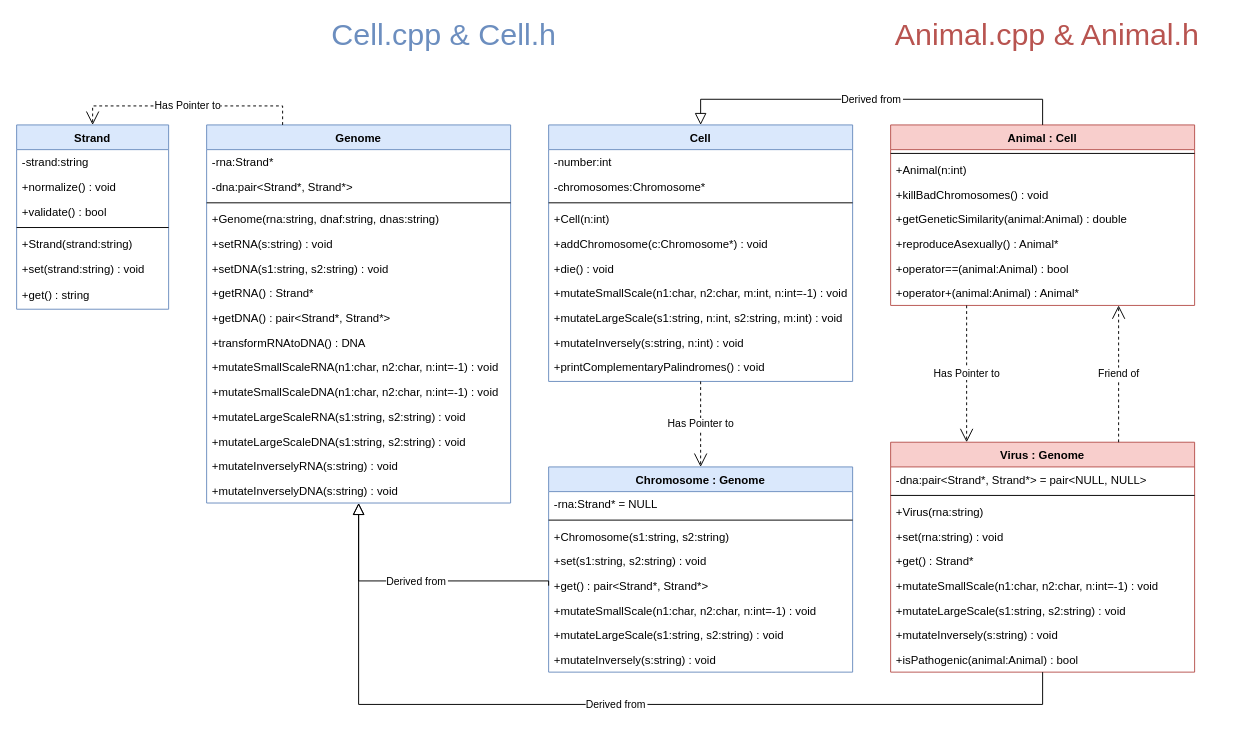
This is schema/classes.drawio from k-forghani/class-of-life, a draw.io file, before an edit. Source tidied: cells renumbered, new cells numbered last; positions are measured from the earlier drawing's top-left corner, leaving out a move shared by most shapes. Both pictures are drawn from the tidied source at 95%, with x=0, y=0 at pixel (16, 20).
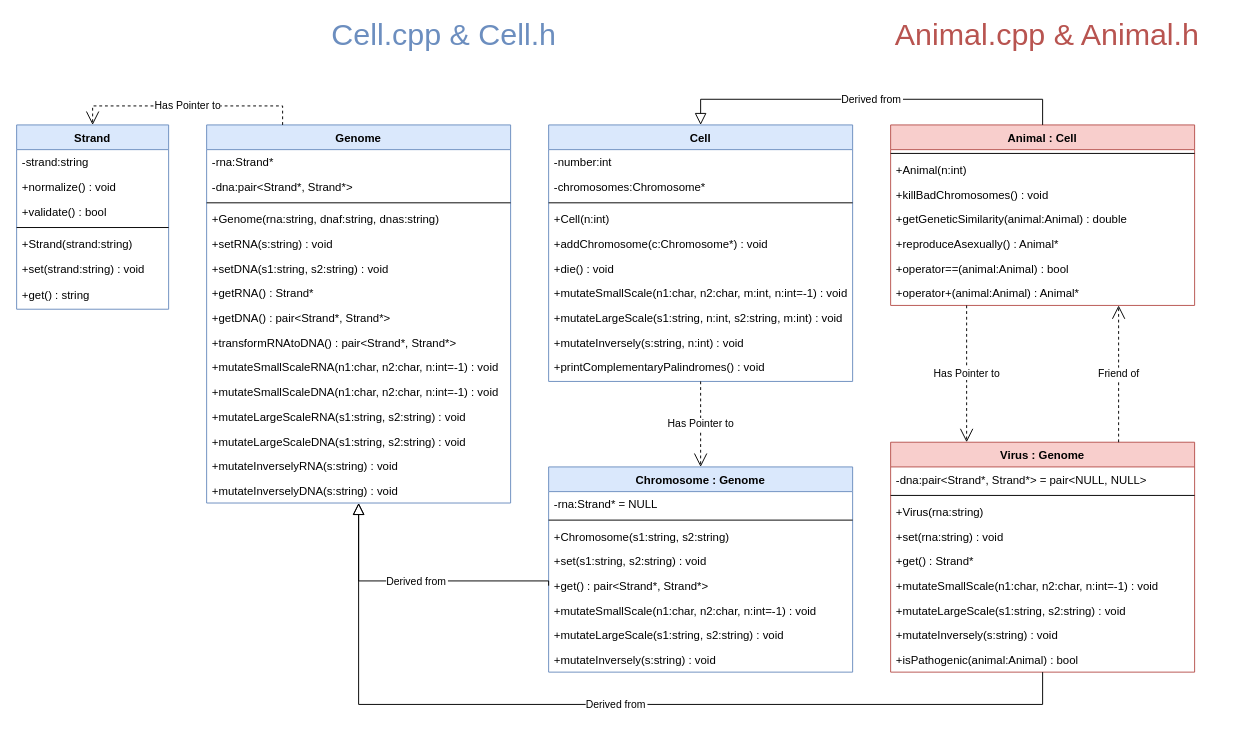
Above is the later version.

Commit message (it also covers changes not shown here):
Fixed classes schema

The change refers to these unchanged cells:
```xml
<mxCell id="2" value="Genome" style="swimlane;fontStyle=1;align=center;verticalAlign=top;horizontal=1;startSize=26;rounded=0;shadow=0;strokeWidth=1;fillColor=#dae8fc;strokeColor=#6c8ebf;gradientColor=none;swimlaneFillColor=default;" parent="1" vertex="1">
  <mxGeometry x="200" y="110" width="320" height="398" as="geometry" />
</mxCell>
```

What changed in the source:
```diff
@@
-    <mxCell id="11" value="+transformRNAtoDNA() : DNA" style="text;align=left;verticalAlign=top;spacingLeft=4;spacingRight=4;overflow=hidden;" parent="2" vertex="1">
+    <mxCell id="11" value="+transformRNAtoDNA() : pair&lt;Strand*, Strand*&gt;" style="text;align=left;verticalAlign=top;spacingLeft=4;spacingRight=4;overflow=hidden;" parent="2" vertex="1">
       <mxGeometry y="216" width="320" height="26" as="geometry" />
     </mxCell>
```
